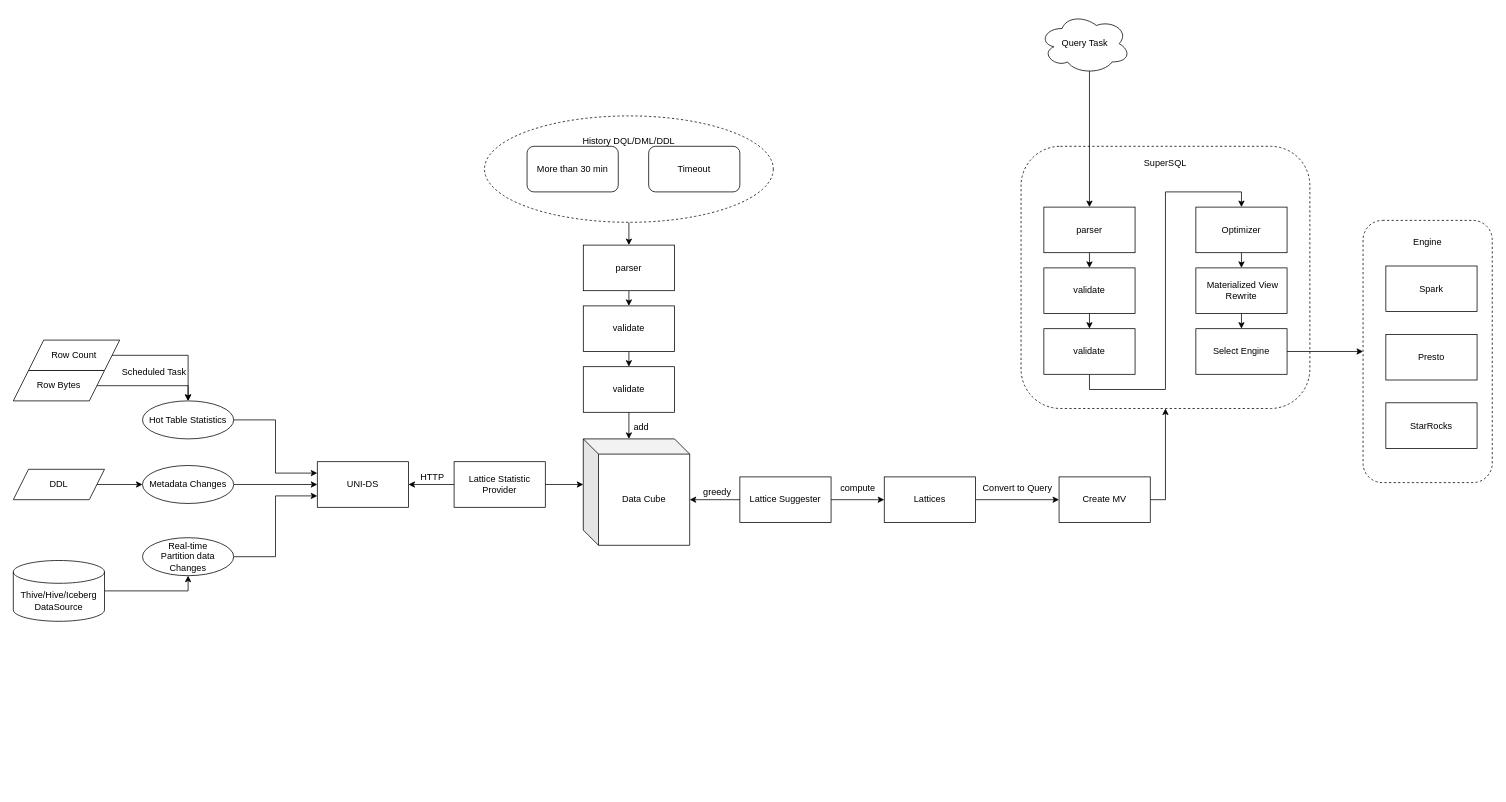
Above: 自动物化视图.drawio in allendang001/charts (draw.io), before the change. Source tidied: cells renumbered, new cells numbered last; positions are measured from the earlier drawing's top-left corner, leaving out a move shared by most shapes. Both pictures are drawn from the tidied source at 76%, with x=0, y=0 at pixel (13, 13).
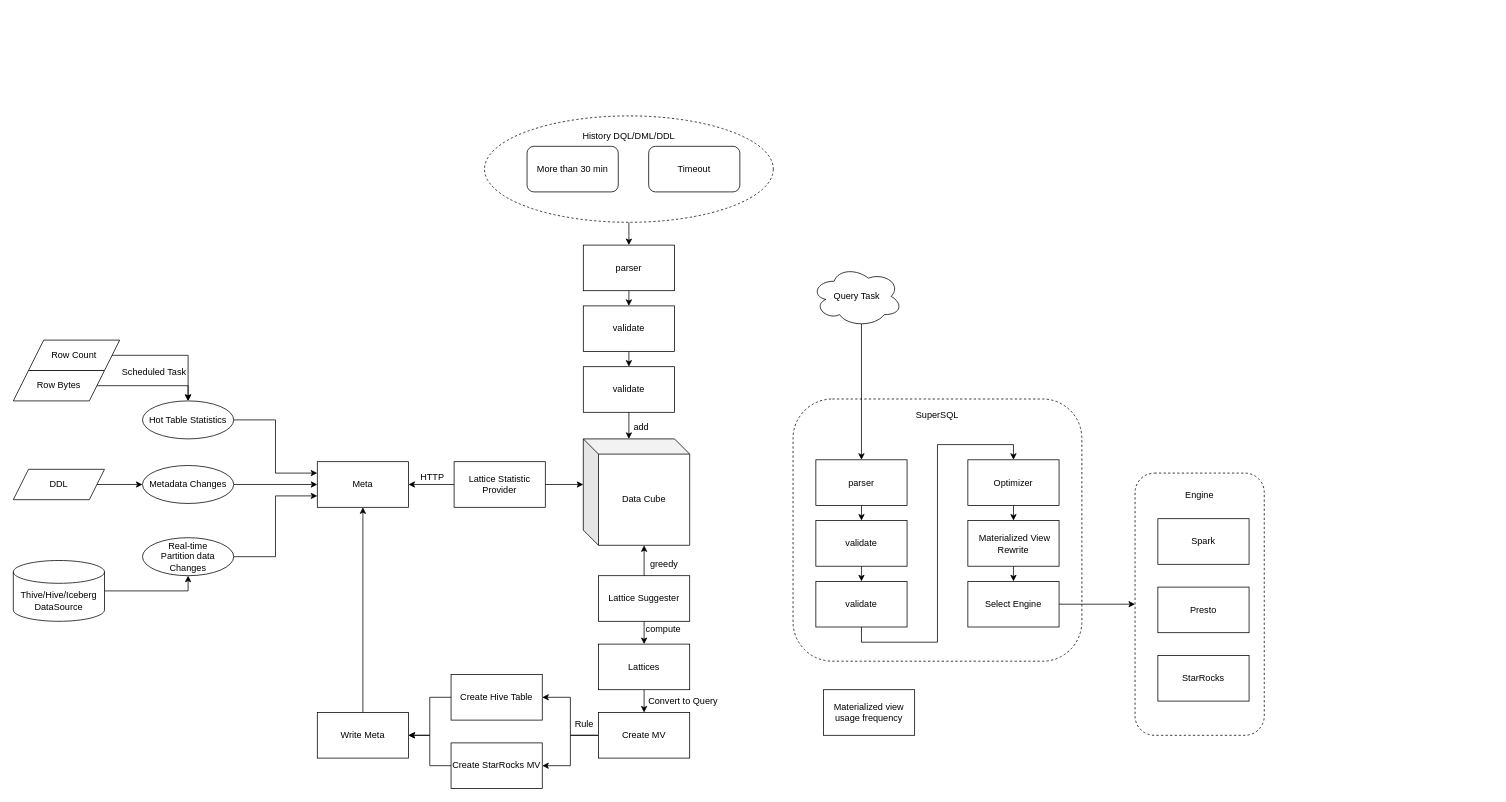
After the change.

Commit message:
推荐并自动创建物化视图

The change refers to these unchanged cells:
```xml
<mxCell id="12" value="Data Cube" style="shape=cube;whiteSpace=wrap;html=1;boundedLbl=1;backgroundOutline=1;darkOpacity=0.05;darkOpacity2=0.1;" parent="1" vertex="1">
  <mxGeometry x="750" y="560" width="140" height="140" as="geometry" />
</mxCell>
```

The edit, as a diff of the source:
```diff
@@
-    <mxCell id="2" value="SuperSQL&lt;br&gt;&lt;br&gt;&lt;br&gt;&lt;br&gt;&lt;br&gt;&lt;br&gt;&lt;br&gt;&lt;br&gt;&lt;br&gt;&lt;br&gt;&lt;br&gt;&lt;br&gt;&lt;br&gt;&lt;br&gt;&lt;br&gt;&lt;br&gt;&lt;br&gt;&lt;br&gt;&lt;br&gt;&lt;br&gt;&lt;br&gt;&lt;br&gt;" style="rounded=1;whiteSpace=wrap;html=1;dashed=1;" parent="1" vertex="1">
-      <mxGeometry x="1326" y="175" width="380" height="345" as="geometry" />
-    </mxCell>
@@
-    <mxCell id="4" value="History DQL/DML/DDL&lt;br&gt;&lt;br&gt;&lt;br&gt;&lt;br&gt;&lt;br&gt;&lt;br&gt;" style="ellipse;whiteSpace=wrap;html=1;dashed=1;" parent="1" vertex="1">
+    <mxCell id="4" value="History DQL/DML/DDL&lt;br&gt;&lt;br&gt;&lt;br&gt;&lt;br&gt;&lt;br&gt;&lt;br&gt;&lt;br&gt;" style="ellipse;whiteSpace=wrap;html=1;dashed=1;" parent="1" vertex="1">
       <mxGeometry x="620" y="135" width="380" height="140" as="geometry" />
     </mxCell>
@@
-    <mxCell id="9" value="UNI-DS" style="rounded=0;whiteSpace=wrap;html=1;" parent="1" vertex="1">
+    <mxCell id="9" value="Meta" style="rounded=0;whiteSpace=wrap;html=1;" parent="1" vertex="1">
       <mxGeometry x="400" y="590" width="120" height="60" as="geometry" />
     </mxCell>
@@
-    <mxCell id="13" style="edgeStyle=orthogonalEdgeStyle;rounded=0;jettySize=auto;html=1;exitX=1;exitY=0.5;exitDx=0;exitDy=0;entryX=0;entryY=0.5;entryDx=0;entryDy=0;" parent="1" edge="1" source="14" target="31">
+    <mxCell id="13" style="edgeStyle=orthogonalEdgeStyle;rounded=0;jettySize=auto;html=1;exitX=0.5;exitY=1;exitDx=0;exitDy=0;entryX=0.5;entryY=0;entryDx=0;entryDy=0;" parent="1" edge="1" source="14" target="31">
       <mxGeometry relative="1" as="geometry" />
     </mxCell>
     <mxCell id="14" value="Lattice Suggester" style="rounded=0;whiteSpace=wrap;html=1;" parent="1" vertex="1">
-      <mxGeometry x="956" y="610" width="120" height="60" as="geometry" />
+      <mxGeometry x="770" y="740" width="120" height="60" as="geometry" />
     </mxCell>
-    <mxCell id="15" style="edgeStyle=orthogonalEdgeStyle;rounded=0;jettySize=auto;html=1;exitX=0;exitY=0.5;exitDx=0;exitDy=0;entryX=0;entryY=0;entryDx=140;entryDy=80;entryPerimeter=0;startArrow=none;startFill=0;endArrow=classic;endFill=1;" parent="1" edge="1" source="14" target="12">
+    <mxCell id="15" style="edgeStyle=orthogonalEdgeStyle;rounded=0;jettySize=auto;html=1;exitX=0.5;exitY=0;exitDx=0;exitDy=0;entryX=0;entryY=0;entryDx=80;entryDy=140;entryPerimeter=0;startArrow=none;startFill=0;endArrow=classic;endFill=1;" parent="1" edge="1" source="14" target="12">
       <mxGeometry relative="1" as="geometry" />
     </mxCell>
@@
-    <mxCell id="28" style="edgeStyle=orthogonalEdgeStyle;rounded=0;jettySize=auto;html=1;exitX=0.5;exitY=1;exitDx=0;exitDy=0;entryX=0.5;entryY=0;entryDx=0;entryDy=0;" parent="1" edge="1" source="29" target="56">
-      <mxGeometry relative="1" as="geometry" />
-    </mxCell>
-    <mxCell id="29" value="&amp;nbsp;Materialized View Rewrite" style="rounded=0;whiteSpace=wrap;html=1;" parent="1" vertex="1">
-      <mxGeometry x="1556" y="335" width="120" height="60" as="geometry" />
-    </mxCell>
-    <mxCell id="30" style="edgeStyle=orthogonalEdgeStyle;rounded=0;jettySize=auto;html=1;exitX=1;exitY=0.5;exitDx=0;exitDy=0;entryX=0;entryY=0.5;entryDx=0;entryDy=0;" parent="1" edge="1" source="31" target="33">
+    <mxCell id="30" style="edgeStyle=orthogonalEdgeStyle;rounded=0;jettySize=auto;html=1;exitX=0.5;exitY=1;exitDx=0;exitDy=0;entryX=0.5;entryY=0;entryDx=0;entryDy=0;" parent="1" edge="1" source="31" target="33">
       <mxGeometry relative="1" as="geometry" />
     </mxCell>
     <mxCell id="31" value="Lattices" style="rounded=0;whiteSpace=wrap;html=1;" parent="1" vertex="1">
-      <mxGeometry x="1146" y="610" width="120" height="60" as="geometry" />
+      <mxGeometry x="770" y="830" width="120" height="60" as="geometry" />
     </mxCell>
-    <mxCell id="32" style="edgeStyle=orthogonalEdgeStyle;rounded=0;jettySize=auto;html=1;exitX=1;exitY=0.5;exitDx=0;exitDy=0;entryX=0.5;entryY=1;entryDx=0;entryDy=0;" parent="1" edge="1" source="33" target="2">
-      <mxGeometry relative="1" as="geometry" />
-    </mxCell>
+    <mxCell id="63" style="edgeStyle=orthogonalEdgeStyle;rounded=0;jettySize=auto;html=1;exitX=0;exitY=0.5;exitDx=0;exitDy=0;" parent="1" edge="1" source="33" target="67">
+      <mxGeometry relative="1" as="geometry" />
+    </mxCell>
+    <mxCell id="64" style="edgeStyle=orthogonalEdgeStyle;rounded=0;jettySize=auto;html=1;exitX=0;exitY=0.5;exitDx=0;exitDy=0;entryX=1;entryY=0.5;entryDx=0;entryDy=0;" parent="1" edge="1" source="33" target="69">
+      <mxGeometry relative="1" as="geometry" />
+    </mxCell>
     <mxCell id="33" value="Create MV" style="rounded=0;whiteSpace=wrap;html=1;" parent="1" vertex="1">
-      <mxGeometry x="1376" y="610" width="120" height="60" as="geometry" />
+      <mxGeometry x="770" y="920" width="120" height="60" as="geometry" />
     </mxCell>
     <mxCell id="34" value="Convert to Query" style="text;html=1;align=center;verticalAlign=middle;strokeColor=none;fillColor=none;" parent="1" vertex="1">
-      <mxGeometry x="1266" y="610" width="110" height="30" as="geometry" />
+      <mxGeometry x="826" y="890" width="110" height="30" as="geometry" />
     </mxCell>
@@
     <mxCell id="44" value="compute" style="text;html=1;align=center;verticalAlign=middle;strokeColor=none;fillColor=none;" parent="1" vertex="1">
-      <mxGeometry x="1076" y="610" width="70" height="30" as="geometry" />
+      <mxGeometry x="820" y="795" width="70" height="30" as="geometry" />
     </mxCell>
-    <mxCell id="45" style="edgeStyle=orthogonalEdgeStyle;rounded=0;jettySize=auto;html=1;exitX=0.5;exitY=1;exitDx=0;exitDy=0;entryX=0.5;entryY=0;entryDx=0;entryDy=0;" parent="1" edge="1" source="46" target="48">
-      <mxGeometry relative="1" as="geometry" />
-    </mxCell>
+    <mxCell id="61" value="greedy" style="text;html=1;align=center;verticalAlign=middle;strokeColor=none;fillColor=none;" parent="1" vertex="1">
+      <mxGeometry x="826" y="710" width="60" height="30" as="geometry" />
+    </mxCell>
+    <mxCell id="62" value="HTTP" style="text;html=1;align=center;verticalAlign=middle;strokeColor=none;fillColor=none;" parent="1" vertex="1">
+      <mxGeometry x="526" y="595" width="50" height="30" as="geometry" />
+    </mxCell>
+    <mxCell id="65" value="Materialized view usage frequency" style="rounded=0;whiteSpace=wrap;html=1;" parent="1" vertex="1">
+      <mxGeometry x="1066" y="890" width="120" height="60" as="geometry" />
+    </mxCell>
+    <mxCell id="66" style="edgeStyle=orthogonalEdgeStyle;rounded=0;jettySize=auto;html=1;exitX=0;exitY=0.5;exitDx=0;exitDy=0;entryX=1;entryY=0.5;entryDx=0;entryDy=0;" parent="1" edge="1" source="67" target="72">
+      <mxGeometry relative="1" as="geometry" />
+    </mxCell>
+    <mxCell id="67" value="Create Hive Table" style="rounded=0;whiteSpace=wrap;html=1;" parent="1" vertex="1">
+      <mxGeometry x="576" y="870" width="120" height="60" as="geometry" />
+    </mxCell>
+    <mxCell id="68" style="edgeStyle=orthogonalEdgeStyle;rounded=0;jettySize=auto;html=1;exitX=0;exitY=0.5;exitDx=0;exitDy=0;entryX=1;entryY=0.5;entryDx=0;entryDy=0;" parent="1" edge="1" source="69" target="72">
+      <mxGeometry relative="1" as="geometry" />
+    </mxCell>
+    <mxCell id="69" value="Create StarRocks MV" style="rounded=0;whiteSpace=wrap;html=1;" parent="1" vertex="1">
+      <mxGeometry x="576" y="960" width="120" height="60" as="geometry" />
+    </mxCell>
+    <mxCell id="70" value="Rule" style="text;html=1;align=center;verticalAlign=middle;strokeColor=none;fillColor=none;" parent="1" vertex="1">
+      <mxGeometry x="726" y="920" width="50" height="30" as="geometry" />
+    </mxCell>
+    <mxCell id="71" style="edgeStyle=orthogonalEdgeStyle;rounded=0;jettySize=auto;html=1;exitX=0.5;exitY=0;exitDx=0;exitDy=0;entryX=0.5;entryY=1;entryDx=0;entryDy=0;" parent="1" edge="1" source="72" target="9">
+      <mxGeometry relative="1" as="geometry" />
+    </mxCell>
+    <mxCell id="72" value="Write Meta" style="rounded=0;whiteSpace=wrap;html=1;" parent="1" vertex="1">
+      <mxGeometry x="400" y="920" width="120" height="60" as="geometry" />
+    </mxCell>
+    <mxCell id="2" value="SuperSQL&lt;br&gt;&lt;br&gt;&lt;br&gt;&lt;br&gt;&lt;br&gt;&lt;br&gt;&lt;br&gt;&lt;br&gt;&lt;br&gt;&lt;br&gt;&lt;br&gt;&lt;br&gt;&lt;br&gt;&lt;br&gt;&lt;br&gt;&lt;br&gt;&lt;br&gt;&lt;br&gt;&lt;br&gt;&lt;br&gt;&lt;br&gt;&lt;br&gt;" style="rounded=1;whiteSpace=wrap;html=1;dashed=1;" parent="1" vertex="1">
+      <mxGeometry x="1026" y="507.5" width="380" height="345" as="geometry" />
+    </mxCell>
+    <mxCell id="28" style="edgeStyle=orthogonalEdgeStyle;rounded=0;jettySize=auto;html=1;exitX=0.5;exitY=1;exitDx=0;exitDy=0;entryX=0.5;entryY=0;entryDx=0;entryDy=0;" parent="1" edge="1" source="29" target="56">
+      <mxGeometry relative="1" as="geometry" />
+    </mxCell>
+    <mxCell id="29" value="&amp;nbsp;Materialized View Rewrite" style="rounded=0;whiteSpace=wrap;html=1;" parent="1" vertex="1">
+      <mxGeometry x="1256" y="667.5" width="120" height="60" as="geometry" />
+    </mxCell>
+    <mxCell id="73" style="edgeStyle=orthogonalEdgeStyle;rounded=0;jettySize=auto;html=1;exitX=0.5;exitY=1;exitDx=0;exitDy=0;entryX=0.5;entryY=0;entryDx=0;entryDy=0;" parent="1" edge="1" source="46" target="75">
+      <mxGeometry relative="1" as="geometry" />
+    </mxCell>
     <mxCell id="46" value="parser" style="rounded=0;whiteSpace=wrap;html=1;" parent="1" vertex="1">
-      <mxGeometry x="1356" y="255" width="120" height="60" as="geometry" />
+      <mxGeometry x="1056" y="587.5" width="120" height="60" as="geometry" />
     </mxCell>
-    <mxCell id="47" style="edgeStyle=orthogonalEdgeStyle;rounded=0;jettySize=auto;html=1;exitX=0.5;exitY=1;exitDx=0;exitDy=0;entryX=0.5;entryY=0;entryDx=0;entryDy=0;" parent="1" edge="1" source="48" target="50">
-      <mxGeometry relative="1" as="geometry" />
-    </mxCell>
-    <mxCell id="48" value="validate" style="rounded=0;whiteSpace=wrap;html=1;" parent="1" vertex="1">
-      <mxGeometry x="1356" y="335" width="120" height="60" as="geometry" />
-    </mxCell>
-    <mxCell id="49" style="edgeStyle=orthogonalEdgeStyle;rounded=0;jettySize=auto;html=1;exitX=0.5;exitY=1;exitDx=0;exitDy=0;entryX=0.5;entryY=0;entryDx=0;entryDy=0;" parent="1" edge="1" source="50" target="54">
-      <mxGeometry relative="1" as="geometry" />
-    </mxCell>
-    <mxCell id="50" value="validate" style="rounded=0;whiteSpace=wrap;html=1;" parent="1" vertex="1">
-      <mxGeometry x="1356" y="415" width="120" height="60" as="geometry" />
-    </mxCell>
+    <mxCell id="74" style="edgeStyle=orthogonalEdgeStyle;rounded=0;jettySize=auto;html=1;exitX=0.5;exitY=1;exitDx=0;exitDy=0;entryX=0.5;entryY=0;entryDx=0;entryDy=0;" parent="1" edge="1" source="75" target="77">
+      <mxGeometry relative="1" as="geometry" />
+    </mxCell>
+    <mxCell id="75" value="validate" style="rounded=0;whiteSpace=wrap;html=1;" parent="1" vertex="1">
+      <mxGeometry x="1056" y="667.5" width="120" height="60" as="geometry" />
+    </mxCell>
+    <mxCell id="76" style="edgeStyle=orthogonalEdgeStyle;rounded=0;jettySize=auto;html=1;exitX=0.5;exitY=1;exitDx=0;exitDy=0;entryX=0.5;entryY=0;entryDx=0;entryDy=0;" parent="1" edge="1" source="77" target="54">
+      <mxGeometry relative="1" as="geometry" />
+    </mxCell>
+    <mxCell id="77" value="validate" style="rounded=0;whiteSpace=wrap;html=1;" parent="1" vertex="1">
+      <mxGeometry x="1056" y="747.5" width="120" height="60" as="geometry" />
+    </mxCell>
@@
     <mxCell id="52" value="Query Task" style="ellipse;shape=cloud;whiteSpace=wrap;html=1;" parent="1" vertex="1">
-      <mxGeometry x="1350" width="120" height="80" as="geometry" />
+      <mxGeometry x="1050" y="332.5" width="120" height="80" as="geometry" />
     </mxCell>
@@
     <mxCell id="54" value="Optimizer" style="rounded=0;whiteSpace=wrap;html=1;" parent="1" vertex="1">
-      <mxGeometry x="1556" y="255" width="120" height="60" as="geometry" />
+      <mxGeometry x="1256" y="587.5" width="120" height="60" as="geometry" />
     </mxCell>
@@
     <mxCell id="56" value="Select Engine" style="rounded=0;whiteSpace=wrap;html=1;" parent="1" vertex="1">
-      <mxGeometry x="1556" y="415" width="120" height="60" as="geometry" />
+      <mxGeometry x="1256" y="747.5" width="120" height="60" as="geometry" />
     </mxCell>
     <mxCell id="57" value="Engine&lt;br&gt;&lt;br&gt;&lt;br&gt;&lt;br&gt;&lt;br&gt;&lt;br&gt;&lt;br&gt;&lt;br&gt;&lt;br&gt;&lt;br&gt;&lt;br&gt;&lt;br&gt;&lt;br&gt;&lt;br&gt;&lt;br&gt;&lt;br&gt;&lt;br&gt;&lt;br&gt;&lt;br&gt;&lt;br&gt;&lt;br&gt;" style="rounded=1;whiteSpace=wrap;html=1;dashed=1;" parent="1" vertex="1">
-      <mxGeometry x="1776" y="272.5" width="170" height="345" as="geometry" />
+      <mxGeometry x="1476" y="605" width="170" height="345" as="geometry" />
     </mxCell>
     <mxCell id="58" value="Spark" style="rounded=0;whiteSpace=wrap;html=1;" parent="1" vertex="1">
-      <mxGeometry x="1806" y="332.5" width="120" height="60" as="geometry" />
+      <mxGeometry x="1506" y="665" width="120" height="60" as="geometry" />
     </mxCell>
     <mxCell id="59" value="Presto" style="rounded=0;whiteSpace=wrap;html=1;" parent="1" vertex="1">
-      <mxGeometry x="1806" y="422.5" width="120" height="60" as="geometry" />
+      <mxGeometry x="1506" y="755" width="120" height="60" as="geometry" />
     </mxCell>
     <mxCell id="60" value="StarRocks" style="rounded=0;whiteSpace=wrap;html=1;" parent="1" vertex="1">
-      <mxGeometry x="1806" y="512.5" width="120" height="60" as="geometry" />
+      <mxGeometry x="1506" y="845" width="120" height="60" as="geometry" />
     </mxCell>
-    <mxCell id="61" value="greedy" style="text;html=1;align=center;verticalAlign=middle;strokeColor=none;fillColor=none;" parent="1" vertex="1">
-      <mxGeometry x="896" y="615" width="60" height="30" as="geometry" />
-    </mxCell>
-    <mxCell id="62" value="HTTP" style="text;html=1;align=center;verticalAlign=middle;strokeColor=none;fillColor=none;" parent="1" vertex="1">
-      <mxGeometry x="526" y="595" width="50" height="30" as="geometry" />
-    </mxCell>
```
